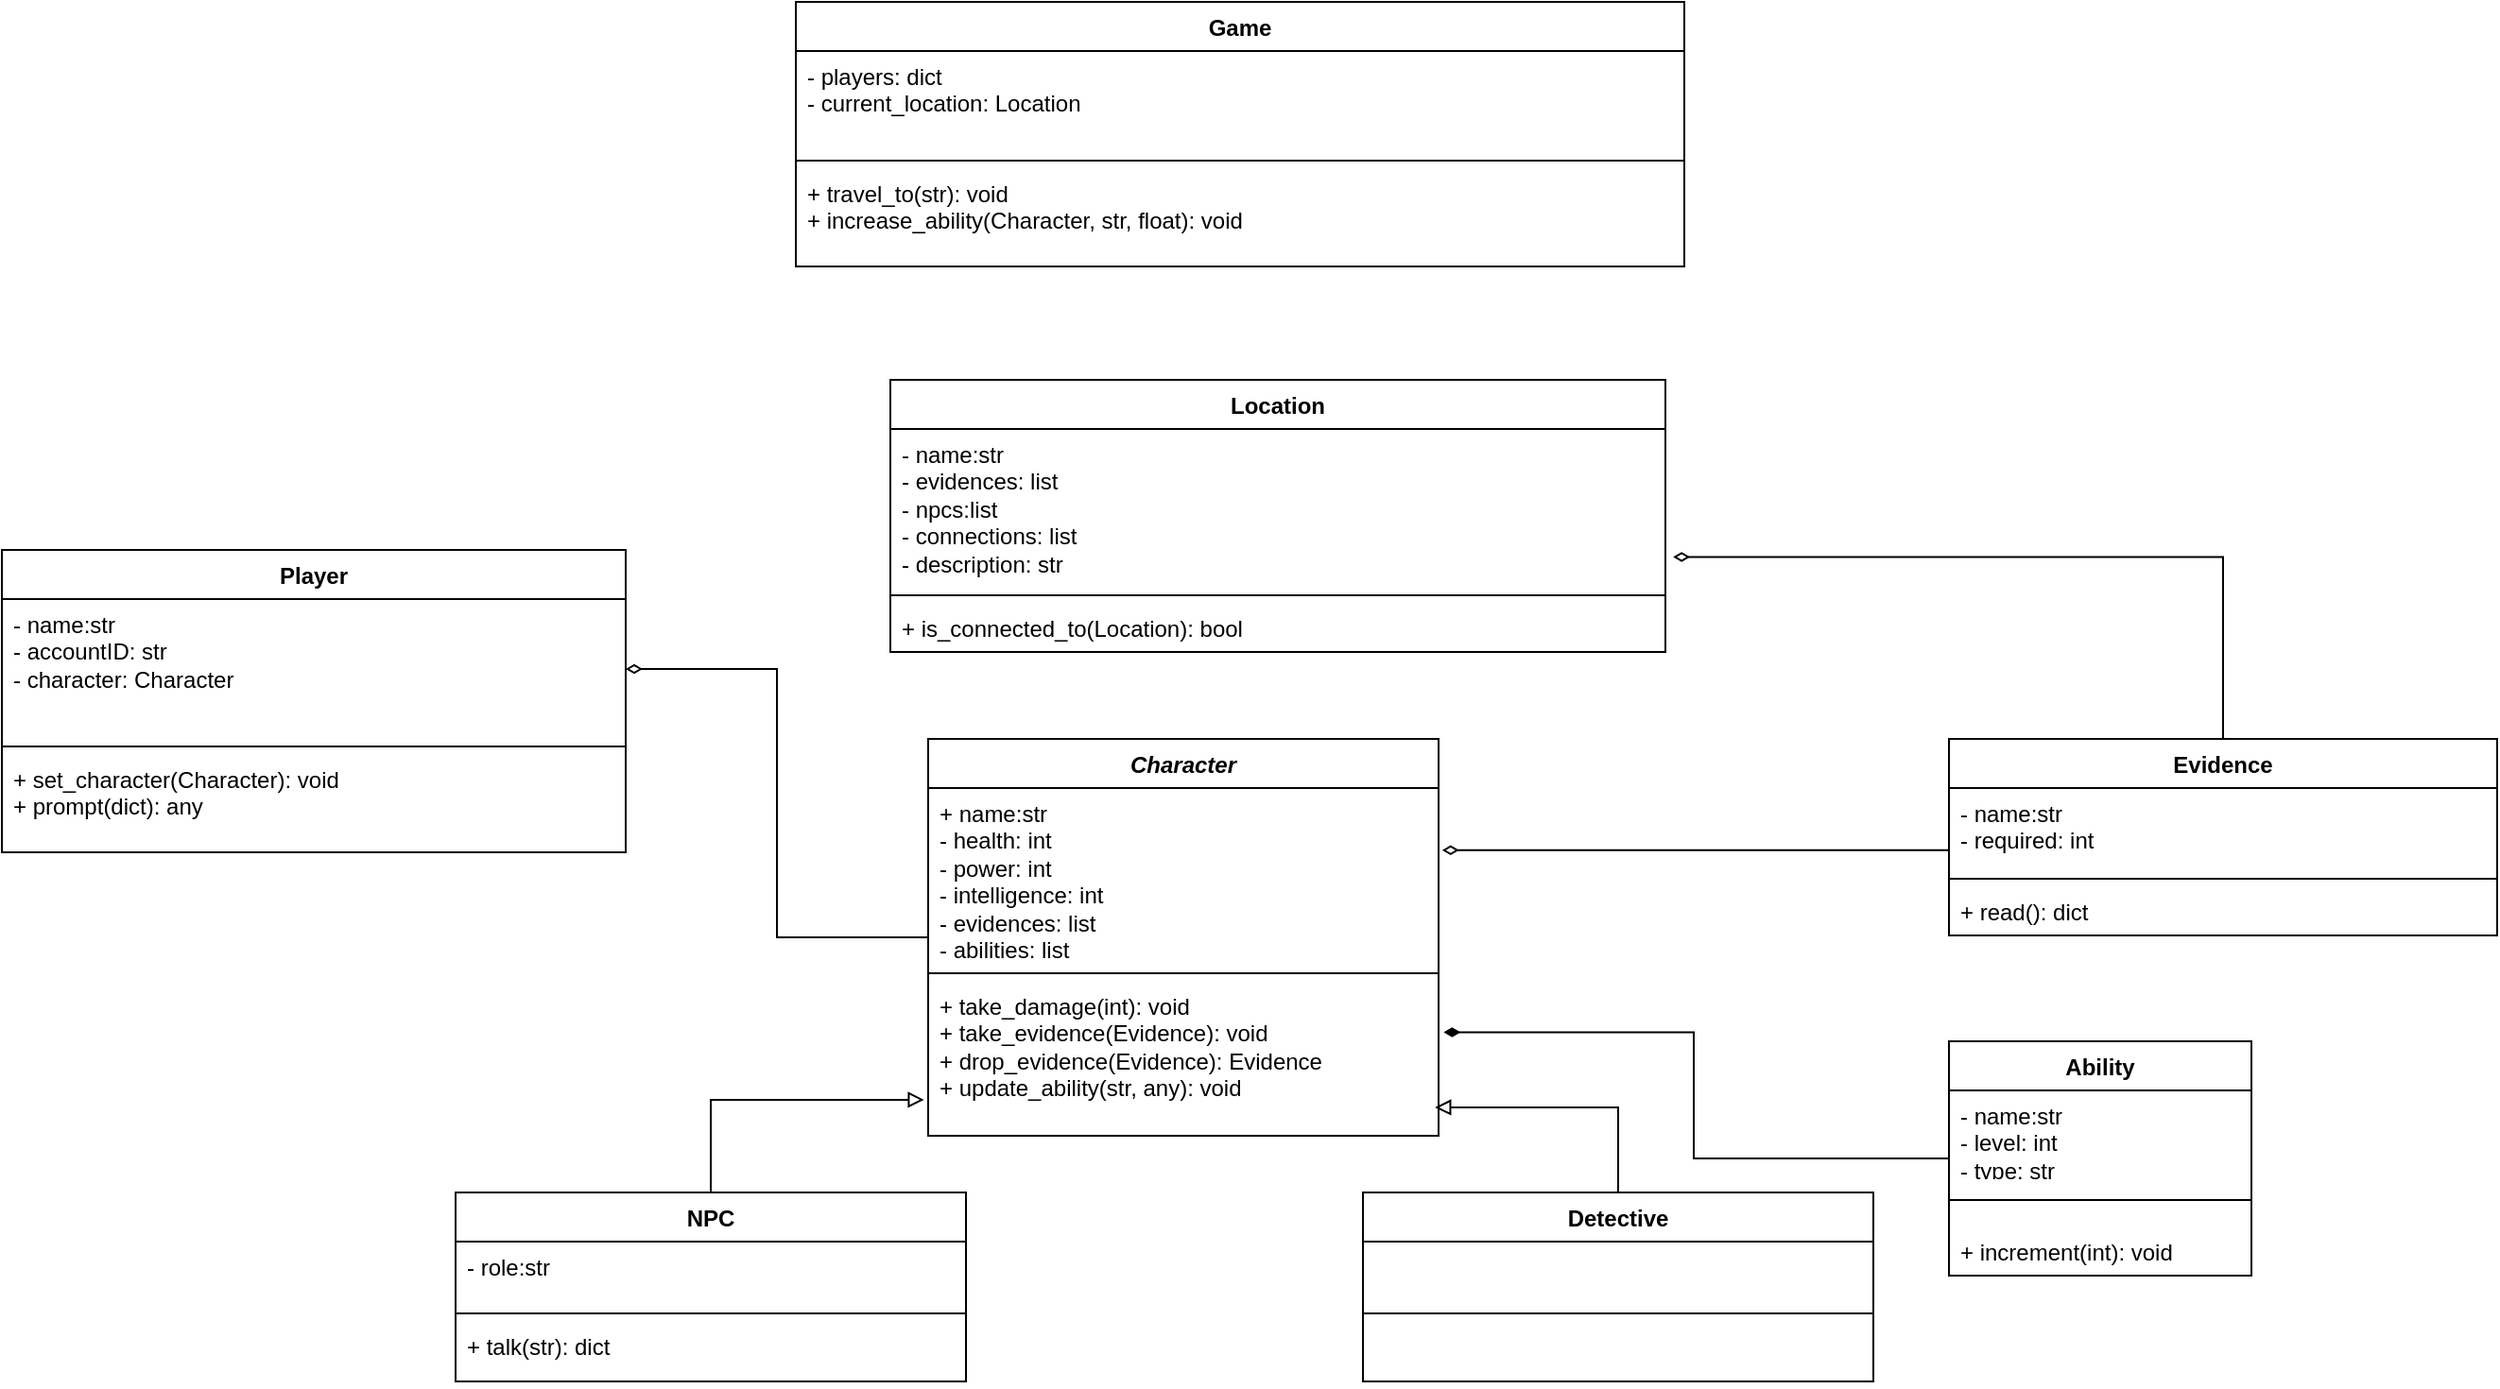
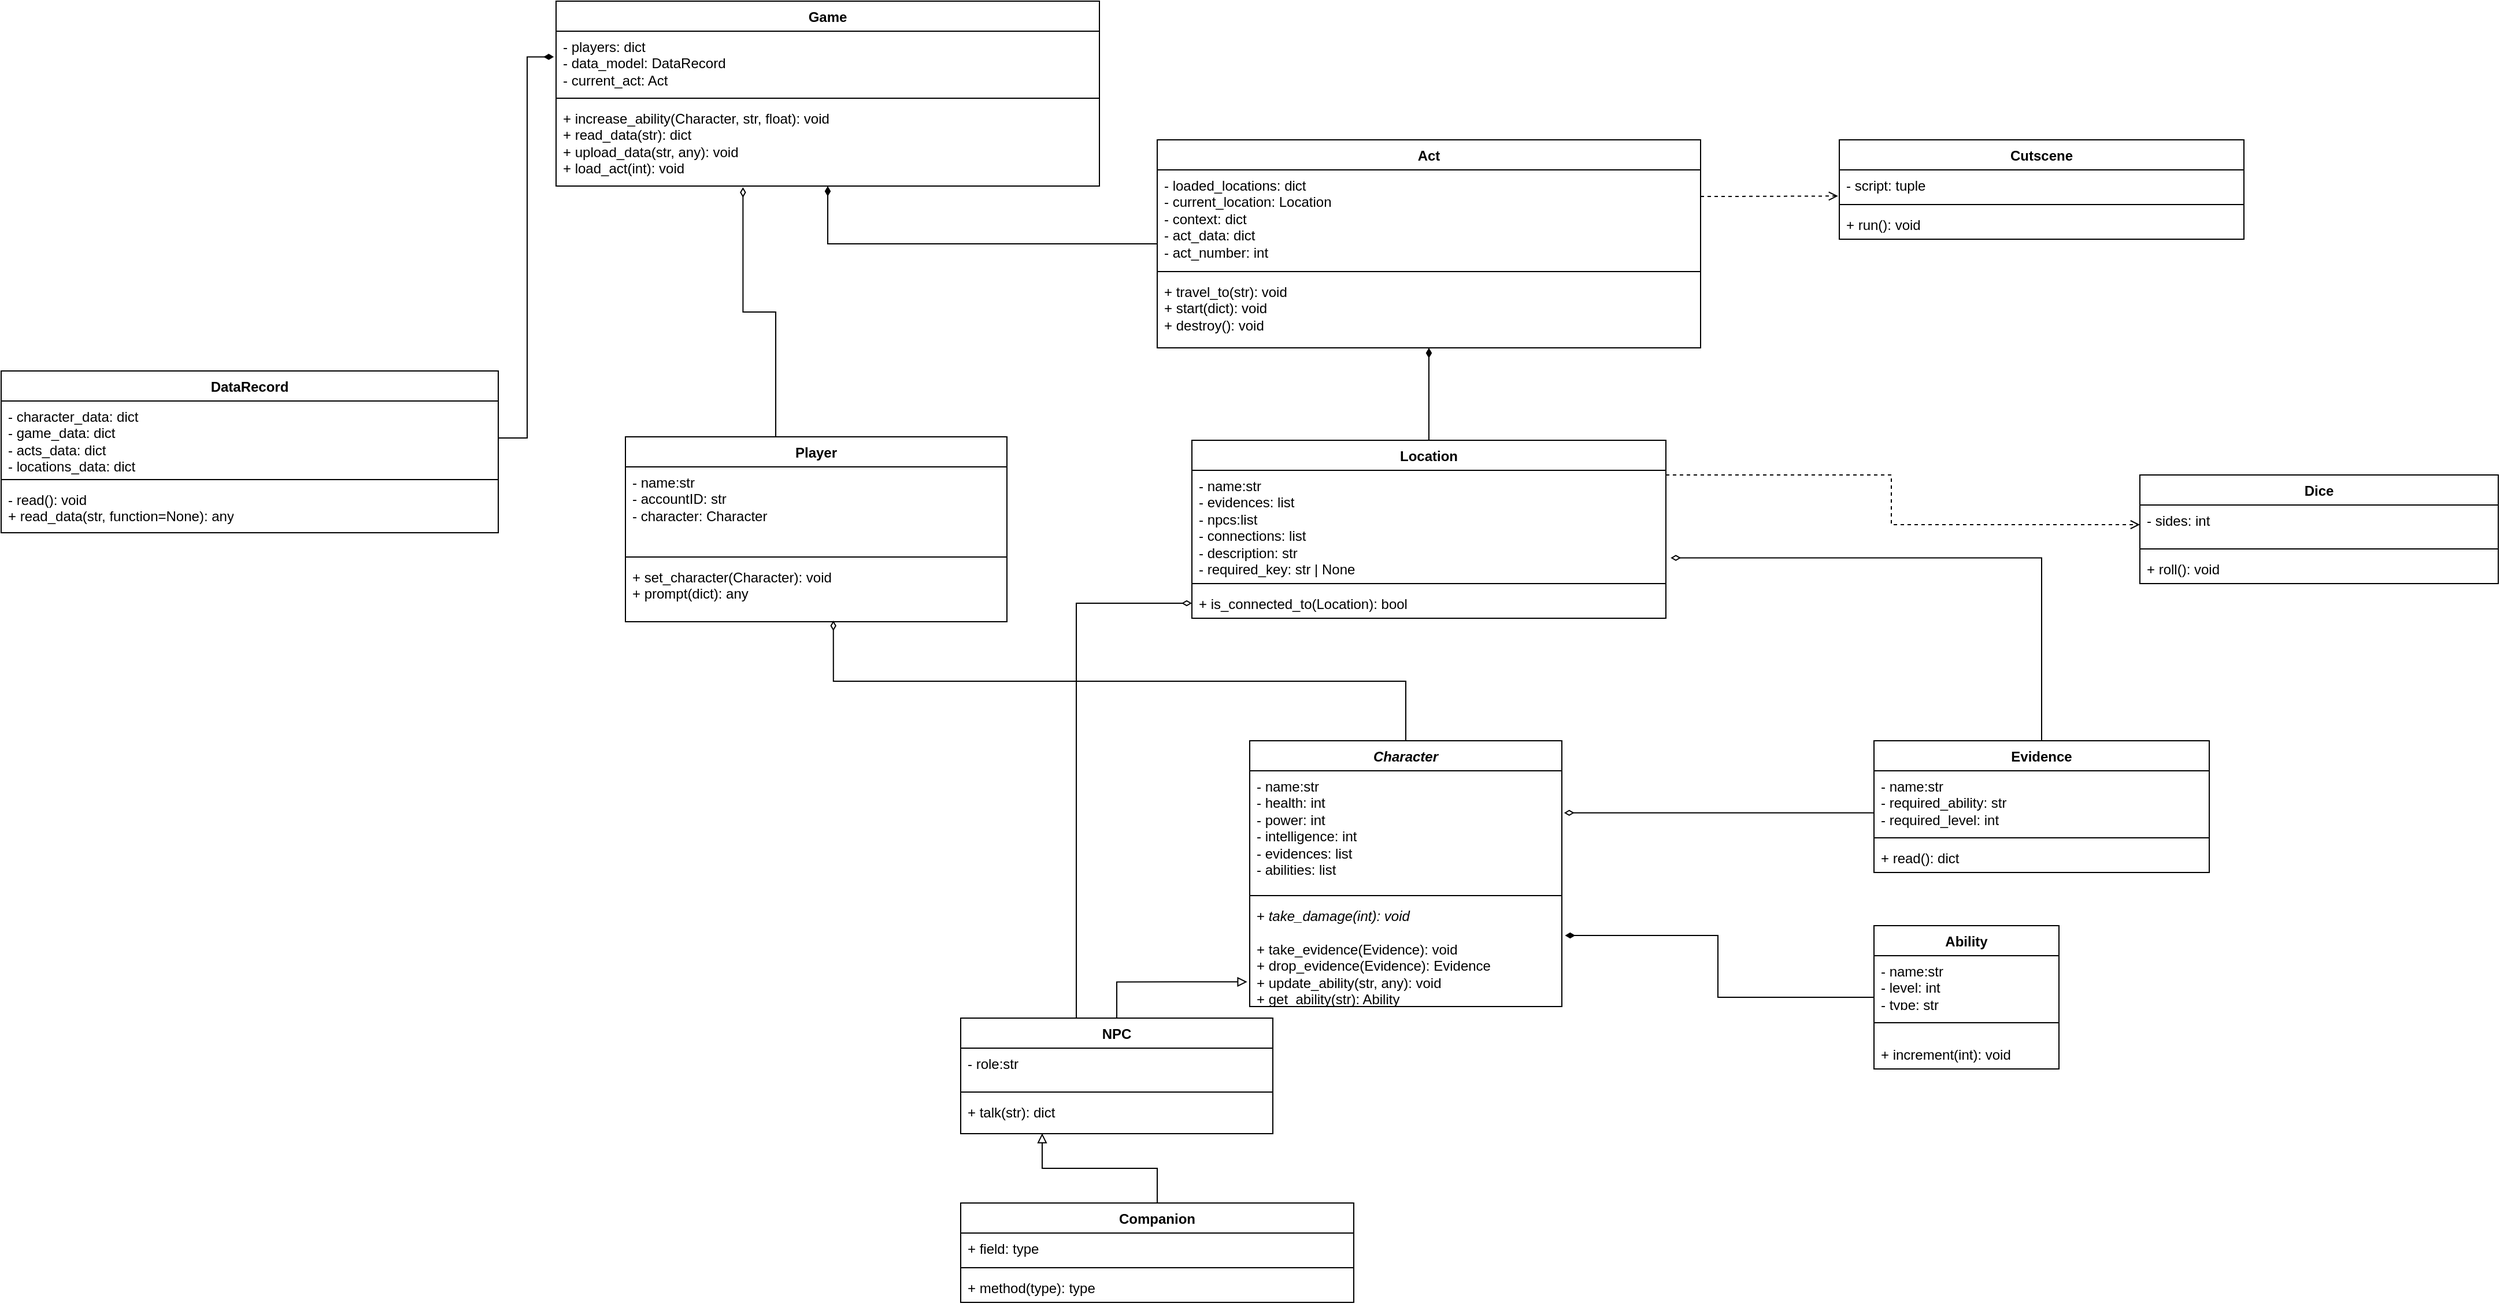
<mxfile host="app.diagrams.net">
  <diagram name="Página-1" id="tApeyOCk-f1YyMXu8I5L">
-     <mxGraphModel dx="1266" dy="991" grid="1" gridSize="10" guides="1" tooltips="1" connect="1" arrows="1" fold="1" page="0" pageScale="1" pageWidth="827" pageHeight="1169" math="0" shadow="0">
+     <mxGraphModel dx="2484" dy="911" grid="1" gridSize="10" guides="1" tooltips="1" connect="1" arrows="1" fold="1" page="0" pageScale="1" pageWidth="827" pageHeight="1169" math="0" shadow="0">
      <root>
        <mxCell id="0" />
        <mxCell id="1" parent="0" />
-         <mxCell id="yl2zhPyuhEz0xKJjxHws-44" edge="1" parent="1" source="yl2zhPyuhEz0xKJjxHws-1" style="edgeStyle=orthogonalEdgeStyle;rounded=0;orthogonalLoop=1;jettySize=auto;html=1;entryX=1;entryY=0.5;entryDx=0;entryDy=0;endArrow=diamondThin;endFill=0;" target="yl2zhPyuhEz0xKJjxHws-37">
-           <mxGeometry relative="1" as="geometry" />
+         <mxCell id="mZv9lbC9-quu7S3nDdSl-6" edge="1" parent="1" source="yl2zhPyuhEz0xKJjxHws-1" style="edgeStyle=orthogonalEdgeStyle;rounded=0;orthogonalLoop=1;jettySize=auto;html=1;entryX=0.545;entryY=0.981;entryDx=0;entryDy=0;entryPerimeter=0;endArrow=diamondThin;endFill=0;" target="yl2zhPyuhEz0xKJjxHws-39">
+           <mxGeometry relative="1" as="geometry">
+             <mxPoint x="-130" y="310" as="targetPoint" />
+           </mxGeometry>
        </mxCell>
        <mxCell id="yl2zhPyuhEz0xKJjxHws-1" parent="1" style="swimlane;fontStyle=1;align=center;verticalAlign=top;childLayout=stackLayout;horizontal=1;startSize=26;horizontalStack=0;resizeParent=1;resizeParentMax=0;resizeLast=0;collapsible=1;marginBottom=0;whiteSpace=wrap;html=1;fillColor=default;" value="&lt;i&gt;Character&lt;/i&gt;" vertex="1">
-           <mxGeometry height="210" width="270" x="230" y="410" as="geometry" />
-         </mxCell>
-         <mxCell id="yl2zhPyuhEz0xKJjxHws-2" parent="yl2zhPyuhEz0xKJjxHws-1" style="text;strokeColor=none;fillColor=none;align=left;verticalAlign=top;spacingLeft=4;spacingRight=4;overflow=hidden;rotatable=0;points=[[0,0.5],[1,0.5]];portConstraint=eastwest;whiteSpace=wrap;html=1;" value="+ name:str&lt;div&gt;- health: int&lt;/div&gt;&lt;div&gt;- power: int&lt;/div&gt;&lt;div&gt;- intelligence: int&lt;/div&gt;&lt;div&gt;- evidences: list&lt;/div&gt;&lt;div&gt;- abilities: list&lt;/div&gt;" vertex="1">
-           <mxGeometry height="94" width="270" y="26" as="geometry" />
+           <mxGeometry height="230" width="270" x="230" y="410" as="geometry" />
+         </mxCell>
+         <mxCell id="yl2zhPyuhEz0xKJjxHws-2" parent="yl2zhPyuhEz0xKJjxHws-1" style="text;strokeColor=none;fillColor=none;align=left;verticalAlign=top;spacingLeft=4;spacingRight=4;overflow=hidden;rotatable=0;points=[[0,0.5],[1,0.5]];portConstraint=eastwest;whiteSpace=wrap;html=1;" value="- name:str&lt;br&gt;&lt;div&gt;- health: int&lt;/div&gt;&lt;div&gt;- power: int&lt;/div&gt;&lt;div&gt;- intelligence: int&lt;/div&gt;&lt;div&gt;- evidences: list&lt;/div&gt;&lt;div&gt;- abilities: list&lt;/div&gt;" vertex="1">
+           <mxGeometry height="104" width="270" y="26" as="geometry" />
        </mxCell>
        <mxCell id="yl2zhPyuhEz0xKJjxHws-3" parent="yl2zhPyuhEz0xKJjxHws-1" style="line;strokeWidth=1;fillColor=none;align=left;verticalAlign=middle;spacingTop=-1;spacingLeft=3;spacingRight=3;rotatable=0;labelPosition=right;points=[];portConstraint=eastwest;strokeColor=inherit;" value="" vertex="1">
-           <mxGeometry height="8" width="270" y="120" as="geometry" />
-         </mxCell>
-         <mxCell id="yl2zhPyuhEz0xKJjxHws-4" parent="yl2zhPyuhEz0xKJjxHws-1" style="text;strokeColor=none;fillColor=none;align=left;verticalAlign=top;spacingLeft=4;spacingRight=4;overflow=hidden;rotatable=0;points=[[0,0.5],[1,0.5]];portConstraint=eastwest;whiteSpace=wrap;html=1;" value="+ take_damage(int): void&lt;div&gt;+ take_evidence(Evidence): void&lt;/div&gt;&lt;div&gt;+ drop_evidence(Evidence): Evidence&lt;/div&gt;&lt;div&gt;+ update_ability(str, any): void&lt;/div&gt;" vertex="1">
-           <mxGeometry height="82" width="270" y="128" as="geometry" />
-         </mxCell>
-         <mxCell id="yl2zhPyuhEz0xKJjxHws-6" parent="1" style="swimlane;fontStyle=1;align=center;verticalAlign=top;childLayout=stackLayout;horizontal=1;startSize=26;horizontalStack=0;resizeParent=1;resizeParentMax=0;resizeLast=0;collapsible=1;marginBottom=0;whiteSpace=wrap;html=1;fillColor=default;" value="Detective" vertex="1">
-           <mxGeometry height="100" width="270" x="460" y="650" as="geometry" />
-         </mxCell>
-         <mxCell id="yl2zhPyuhEz0xKJjxHws-7" parent="yl2zhPyuhEz0xKJjxHws-6" style="text;strokeColor=none;fillColor=none;align=left;verticalAlign=top;spacingLeft=4;spacingRight=4;overflow=hidden;rotatable=0;points=[[0,0.5],[1,0.5]];portConstraint=eastwest;whiteSpace=wrap;html=1;" value="&lt;div&gt;&lt;br&gt;&lt;/div&gt;&lt;div&gt;&lt;br&gt;&lt;/div&gt;" vertex="1">
-           <mxGeometry height="34" width="270" y="26" as="geometry" />
-         </mxCell>
-         <mxCell id="yl2zhPyuhEz0xKJjxHws-8" parent="yl2zhPyuhEz0xKJjxHws-6" style="line;strokeWidth=1;fillColor=none;align=left;verticalAlign=middle;spacingTop=-1;spacingLeft=3;spacingRight=3;rotatable=0;labelPosition=right;points=[];portConstraint=eastwest;strokeColor=inherit;" value="" vertex="1">
-           <mxGeometry height="8" width="270" y="60" as="geometry" />
-         </mxCell>
-         <mxCell id="yl2zhPyuhEz0xKJjxHws-9" parent="yl2zhPyuhEz0xKJjxHws-6" style="text;strokeColor=none;fillColor=none;align=left;verticalAlign=top;spacingLeft=4;spacingRight=4;overflow=hidden;rotatable=0;points=[[0,0.5],[1,0.5]];portConstraint=eastwest;whiteSpace=wrap;html=1;" value="&lt;div&gt;&lt;br&gt;&lt;/div&gt;&lt;div&gt;&lt;br&gt;&lt;/div&gt;" vertex="1">
-           <mxGeometry height="32" width="270" y="68" as="geometry" />
-         </mxCell>
-         <mxCell id="yl2zhPyuhEz0xKJjxHws-10" edge="1" parent="1" source="yl2zhPyuhEz0xKJjxHws-6" style="edgeStyle=orthogonalEdgeStyle;rounded=0;orthogonalLoop=1;jettySize=auto;html=1;entryX=0.993;entryY=0.817;entryDx=0;entryDy=0;entryPerimeter=0;endArrow=block;endFill=0;" target="yl2zhPyuhEz0xKJjxHws-4">
-           <mxGeometry relative="1" as="geometry" />
+           <mxGeometry height="8" width="270" y="130" as="geometry" />
+         </mxCell>
+         <mxCell id="yl2zhPyuhEz0xKJjxHws-4" parent="yl2zhPyuhEz0xKJjxHws-1" style="text;strokeColor=none;fillColor=none;align=left;verticalAlign=top;spacingLeft=4;spacingRight=4;overflow=hidden;rotatable=0;points=[[0,0.5],[1,0.5]];portConstraint=eastwest;whiteSpace=wrap;html=1;" value="+ &lt;i&gt;take_damage(int): void&lt;/i&gt;&lt;div&gt;&lt;i&gt;&lt;br&gt;&lt;/i&gt;&lt;div&gt;+ take_evidence(Evidence): void&lt;/div&gt;&lt;div&gt;+ drop_evidence(Evidence): Evidence&lt;/div&gt;&lt;div&gt;+ update_ability(str, any): void&lt;/div&gt;&lt;div&gt;+ get_ability(str): Ability&lt;/div&gt;&lt;/div&gt;" vertex="1">
+           <mxGeometry height="92" width="270" y="138" as="geometry" />
+         </mxCell>
+         <mxCell id="mZv9lbC9-quu7S3nDdSl-5" edge="1" parent="1" source="yl2zhPyuhEz0xKJjxHws-11" style="edgeStyle=orthogonalEdgeStyle;rounded=0;orthogonalLoop=1;jettySize=auto;html=1;entryX=0;entryY=0.5;entryDx=0;entryDy=0;endArrow=diamondThin;endFill=0;" target="yl2zhPyuhEz0xKJjxHws-27">
+           <mxGeometry relative="1" as="geometry">
+             <Array as="points">
+               <mxPoint x="80" y="291" />
+             </Array>
+           </mxGeometry>
        </mxCell>
        <mxCell id="yl2zhPyuhEz0xKJjxHws-11" parent="1" style="swimlane;fontStyle=1;align=center;verticalAlign=top;childLayout=stackLayout;horizontal=1;startSize=26;horizontalStack=0;resizeParent=1;resizeParentMax=0;resizeLast=0;collapsible=1;marginBottom=0;whiteSpace=wrap;html=1;fillColor=default;" value="NPC" vertex="1">
          <mxGeometry height="100" width="270" x="-20" y="650" as="geometry" />
        </mxCell>
        <mxCell id="yl2zhPyuhEz0xKJjxHws-12" parent="yl2zhPyuhEz0xKJjxHws-11" style="text;strokeColor=none;fillColor=none;align=left;verticalAlign=top;spacingLeft=4;spacingRight=4;overflow=hidden;rotatable=0;points=[[0,0.5],[1,0.5]];portConstraint=eastwest;whiteSpace=wrap;html=1;" value="- role:str" vertex="1">
          <mxGeometry height="34" width="270" y="26" as="geometry" />
        </mxCell>
        <mxCell id="yl2zhPyuhEz0xKJjxHws-13" parent="yl2zhPyuhEz0xKJjxHws-11" style="line;strokeWidth=1;fillColor=none;align=left;verticalAlign=middle;spacingTop=-1;spacingLeft=3;spacingRight=3;rotatable=0;labelPosition=right;points=[];portConstraint=eastwest;strokeColor=inherit;" value="" vertex="1">
          <mxGeometry height="8" width="270" y="60" as="geometry" />
        </mxCell>
        <mxCell id="yl2zhPyuhEz0xKJjxHws-14" parent="yl2zhPyuhEz0xKJjxHws-11" style="text;strokeColor=none;fillColor=none;align=left;verticalAlign=top;spacingLeft=4;spacingRight=4;overflow=hidden;rotatable=0;points=[[0,0.5],[1,0.5]];portConstraint=eastwest;whiteSpace=wrap;html=1;" value="&lt;div&gt;+ talk(str): dict&lt;/div&gt;" vertex="1">
          <mxGeometry height="32" width="270" y="68" as="geometry" />
        </mxCell>
        <mxCell id="yl2zhPyuhEz0xKJjxHws-15" edge="1" parent="1" source="yl2zhPyuhEz0xKJjxHws-11" style="edgeStyle=orthogonalEdgeStyle;rounded=0;orthogonalLoop=1;jettySize=auto;html=1;entryX=-0.008;entryY=0.768;entryDx=0;entryDy=0;entryPerimeter=0;endArrow=block;endFill=0;" target="yl2zhPyuhEz0xKJjxHws-4">
          <mxGeometry relative="1" as="geometry" />
        </mxCell>
        <mxCell id="yl2zhPyuhEz0xKJjxHws-20" parent="1" style="swimlane;fontStyle=1;align=center;verticalAlign=top;childLayout=stackLayout;horizontal=1;startSize=26;horizontalStack=0;resizeParent=1;resizeParentMax=0;resizeLast=0;collapsible=1;marginBottom=0;whiteSpace=wrap;html=1;" value="Evidence" vertex="1">
-           <mxGeometry height="104" width="290" x="770" y="410" as="geometry" />
-         </mxCell>
-         <mxCell id="yl2zhPyuhEz0xKJjxHws-21" parent="yl2zhPyuhEz0xKJjxHws-20" style="text;strokeColor=none;fillColor=none;align=left;verticalAlign=top;spacingLeft=4;spacingRight=4;overflow=hidden;rotatable=0;points=[[0,0.5],[1,0.5]];portConstraint=eastwest;whiteSpace=wrap;html=1;" value="- name:str&lt;div&gt;- required: int&lt;/div&gt;" vertex="1">
-           <mxGeometry height="44" width="290" y="26" as="geometry" />
+           <mxGeometry height="114" width="290" x="770" y="410" as="geometry" />
+         </mxCell>
+         <mxCell id="yl2zhPyuhEz0xKJjxHws-21" parent="yl2zhPyuhEz0xKJjxHws-20" style="text;strokeColor=none;fillColor=none;align=left;verticalAlign=top;spacingLeft=4;spacingRight=4;overflow=hidden;rotatable=0;points=[[0,0.5],[1,0.5]];portConstraint=eastwest;whiteSpace=wrap;html=1;" value="- name:str&lt;div&gt;- required_ability: str&lt;/div&gt;&lt;div&gt;- required_level: int&lt;/div&gt;" vertex="1">
+           <mxGeometry height="54" width="290" y="26" as="geometry" />
        </mxCell>
        <mxCell id="yl2zhPyuhEz0xKJjxHws-22" parent="yl2zhPyuhEz0xKJjxHws-20" style="line;strokeWidth=1;fillColor=none;align=left;verticalAlign=middle;spacingTop=-1;spacingLeft=3;spacingRight=3;rotatable=0;labelPosition=right;points=[];portConstraint=eastwest;strokeColor=inherit;" value="" vertex="1">
-           <mxGeometry height="8" width="290" y="70" as="geometry" />
+           <mxGeometry height="8" width="290" y="80" as="geometry" />
        </mxCell>
        <mxCell id="yl2zhPyuhEz0xKJjxHws-23" parent="yl2zhPyuhEz0xKJjxHws-20" style="text;strokeColor=none;fillColor=none;align=left;verticalAlign=top;spacingLeft=4;spacingRight=4;overflow=hidden;rotatable=0;points=[[0,0.5],[1,0.5]];portConstraint=eastwest;whiteSpace=wrap;html=1;" value="+ read(): dict" vertex="1">
-           <mxGeometry height="26" width="290" y="78" as="geometry" />
+           <mxGeometry height="26" width="290" y="88" as="geometry" />
+         </mxCell>
+         <mxCell id="9BcVr_pX91iZ9RJUuZKi-37" edge="1" parent="1" source="yl2zhPyuhEz0xKJjxHws-24" style="edgeStyle=orthogonalEdgeStyle;rounded=0;orthogonalLoop=1;jettySize=auto;html=1;entryX=0.5;entryY=1;entryDx=0;entryDy=0;endArrow=diamondThin;endFill=1;" target="9BcVr_pX91iZ9RJUuZKi-32">
+           <mxGeometry relative="1" as="geometry">
+             <mxPoint x="385" y="40" as="targetPoint" />
+           </mxGeometry>
        </mxCell>
        <mxCell id="yl2zhPyuhEz0xKJjxHws-24" parent="1" style="swimlane;fontStyle=1;align=center;verticalAlign=top;childLayout=stackLayout;horizontal=1;startSize=26;horizontalStack=0;resizeParent=1;resizeParentMax=0;resizeLast=0;collapsible=1;marginBottom=0;whiteSpace=wrap;html=1;" value="Location" vertex="1">
-           <mxGeometry height="144" width="410" x="210" y="220" as="geometry" />
-         </mxCell>
-         <mxCell id="yl2zhPyuhEz0xKJjxHws-25" parent="yl2zhPyuhEz0xKJjxHws-24" style="text;strokeColor=none;fillColor=none;align=left;verticalAlign=top;spacingLeft=4;spacingRight=4;overflow=hidden;rotatable=0;points=[[0,0.5],[1,0.5]];portConstraint=eastwest;whiteSpace=wrap;html=1;" value="- name:str&lt;div&gt;- evidences: list&lt;/div&gt;&lt;div&gt;- npcs:list&lt;/div&gt;&lt;div&gt;- connections: list&lt;/div&gt;&lt;div&gt;- description: str&lt;/div&gt;" vertex="1">
-           <mxGeometry height="84" width="410" y="26" as="geometry" />
+           <mxGeometry height="154" width="410" x="180" y="150" as="geometry" />
+         </mxCell>
+         <mxCell id="yl2zhPyuhEz0xKJjxHws-25" parent="yl2zhPyuhEz0xKJjxHws-24" style="text;strokeColor=none;fillColor=none;align=left;verticalAlign=top;spacingLeft=4;spacingRight=4;overflow=hidden;rotatable=0;points=[[0,0.5],[1,0.5]];portConstraint=eastwest;whiteSpace=wrap;html=1;" value="- name:str&lt;div&gt;- evidences: list&lt;/div&gt;&lt;div&gt;- npcs:list&lt;/div&gt;&lt;div&gt;- connections: list&lt;/div&gt;&lt;div&gt;- description: str&lt;/div&gt;&lt;div&gt;- required_key: str | None&lt;/div&gt;" vertex="1">
+           <mxGeometry height="94" width="410" y="26" as="geometry" />
        </mxCell>
        <mxCell id="yl2zhPyuhEz0xKJjxHws-26" parent="yl2zhPyuhEz0xKJjxHws-24" style="line;strokeWidth=1;fillColor=none;align=left;verticalAlign=middle;spacingTop=-1;spacingLeft=3;spacingRight=3;rotatable=0;labelPosition=right;points=[];portConstraint=eastwest;strokeColor=inherit;" value="" vertex="1">
-           <mxGeometry height="8" width="410" y="110" as="geometry" />
+           <mxGeometry height="8" width="410" y="120" as="geometry" />
        </mxCell>
        <mxCell id="yl2zhPyuhEz0xKJjxHws-27" parent="yl2zhPyuhEz0xKJjxHws-24" style="text;strokeColor=none;fillColor=none;align=left;verticalAlign=top;spacingLeft=4;spacingRight=4;overflow=hidden;rotatable=0;points=[[0,0.5],[1,0.5]];portConstraint=eastwest;whiteSpace=wrap;html=1;" value="+ is_connected_to(Location): bool" vertex="1">
-           <mxGeometry height="26" width="410" y="118" as="geometry" />
+           <mxGeometry height="26" width="410" y="128" as="geometry" />
        </mxCell>
        <mxCell id="yl2zhPyuhEz0xKJjxHws-28" parent="1" style="swimlane;fontStyle=1;align=center;verticalAlign=top;childLayout=stackLayout;horizontal=1;startSize=26;horizontalStack=0;resizeParent=1;resizeParentMax=0;resizeLast=0;collapsible=1;marginBottom=0;whiteSpace=wrap;html=1;" value="Game" vertex="1">
-           <mxGeometry height="140" width="470" x="160" y="20" as="geometry" />
-         </mxCell>
-         <mxCell id="yl2zhPyuhEz0xKJjxHws-29" parent="yl2zhPyuhEz0xKJjxHws-28" style="text;strokeColor=none;fillColor=none;align=left;verticalAlign=top;spacingLeft=4;spacingRight=4;overflow=hidden;rotatable=0;points=[[0,0.5],[1,0.5]];portConstraint=eastwest;whiteSpace=wrap;html=1;" value="&lt;div&gt;- players: dict&lt;/div&gt;- current_location: Location" vertex="1">
+           <mxGeometry height="160" width="470" x="-370" y="-230" as="geometry" />
+         </mxCell>
+         <mxCell id="yl2zhPyuhEz0xKJjxHws-29" parent="yl2zhPyuhEz0xKJjxHws-28" style="text;strokeColor=none;fillColor=none;align=left;verticalAlign=top;spacingLeft=4;spacingRight=4;overflow=hidden;rotatable=0;points=[[0,0.5],[1,0.5]];portConstraint=eastwest;whiteSpace=wrap;html=1;" value="&lt;div&gt;- players: dict&lt;/div&gt;&lt;div&gt;- data_model: DataRecord&lt;/div&gt;&lt;div&gt;- current_act: Act&lt;/div&gt;" vertex="1">
          <mxGeometry height="54" width="470" y="26" as="geometry" />
        </mxCell>
        <mxCell id="yl2zhPyuhEz0xKJjxHws-30" parent="yl2zhPyuhEz0xKJjxHws-28" style="line;strokeWidth=1;fillColor=none;align=left;verticalAlign=middle;spacingTop=-1;spacingLeft=3;spacingRight=3;rotatable=0;labelPosition=right;points=[];portConstraint=eastwest;strokeColor=inherit;" value="" vertex="1">
          <mxGeometry height="8" width="470" y="80" as="geometry" />
        </mxCell>
-         <mxCell id="yl2zhPyuhEz0xKJjxHws-31" parent="yl2zhPyuhEz0xKJjxHws-28" style="text;strokeColor=none;fillColor=none;align=left;verticalAlign=top;spacingLeft=4;spacingRight=4;overflow=hidden;rotatable=0;points=[[0,0.5],[1,0.5]];portConstraint=eastwest;whiteSpace=wrap;html=1;" value="+ travel_to(str): void&lt;div&gt;+ increase_ability(Character, str, float): void&lt;/div&gt;" vertex="1">
-           <mxGeometry height="52" width="470" y="88" as="geometry" />
+         <mxCell id="yl2zhPyuhEz0xKJjxHws-31" parent="yl2zhPyuhEz0xKJjxHws-28" style="text;strokeColor=none;fillColor=none;align=left;verticalAlign=top;spacingLeft=4;spacingRight=4;overflow=hidden;rotatable=0;points=[[0,0.5],[1,0.5]];portConstraint=eastwest;whiteSpace=wrap;html=1;" value="&lt;div&gt;+ increase_ability(Character, str, float): void&lt;/div&gt;&lt;div&gt;+ read_data(str): dict&lt;/div&gt;&lt;div&gt;+ upload_data(str, any): void&lt;/div&gt;&lt;div&gt;+ load_act(int): void&lt;/div&gt;" vertex="1">
+           <mxGeometry height="72" width="470" y="88" as="geometry" />
+         </mxCell>
+         <mxCell id="9BcVr_pX91iZ9RJUuZKi-27" edge="1" parent="yl2zhPyuhEz0xKJjxHws-28" source="yl2zhPyuhEz0xKJjxHws-29" style="edgeStyle=orthogonalEdgeStyle;rounded=0;orthogonalLoop=1;jettySize=auto;html=1;exitX=1;exitY=0.5;exitDx=0;exitDy=0;" target="yl2zhPyuhEz0xKJjxHws-29">
+           <mxGeometry relative="1" as="geometry" />
        </mxCell>
        <mxCell id="yl2zhPyuhEz0xKJjxHws-32" edge="1" parent="1" source="yl2zhPyuhEz0xKJjxHws-20" style="edgeStyle=orthogonalEdgeStyle;rounded=0;orthogonalLoop=1;jettySize=auto;html=1;entryX=1.01;entryY=0.806;entryDx=0;entryDy=0;entryPerimeter=0;endArrow=diamondThin;endFill=0;" target="yl2zhPyuhEz0xKJjxHws-25">
          <mxGeometry relative="1" as="geometry" />
        </mxCell>
        <mxCell id="yl2zhPyuhEz0xKJjxHws-35" edge="1" parent="1" source="yl2zhPyuhEz0xKJjxHws-20" style="edgeStyle=orthogonalEdgeStyle;rounded=0;orthogonalLoop=1;jettySize=auto;html=1;entryX=1.007;entryY=0.35;entryDx=0;entryDy=0;entryPerimeter=0;endArrow=diamondThin;endFill=0;" target="yl2zhPyuhEz0xKJjxHws-2">
          <mxGeometry relative="1" as="geometry">
            <Array as="points">
-               <mxPoint x="635" y="469" />
-             </Array>
+               <mxPoint x="635" y="472" />
+             </Array>
+           </mxGeometry>
+         </mxCell>
+         <mxCell id="9BcVr_pX91iZ9RJUuZKi-44" edge="1" parent="1" source="yl2zhPyuhEz0xKJjxHws-36" style="edgeStyle=orthogonalEdgeStyle;rounded=0;orthogonalLoop=1;jettySize=auto;html=1;entryX=0.344;entryY=1.014;entryDx=0;entryDy=0;entryPerimeter=0;endArrow=diamondThin;endFill=0;" target="yl2zhPyuhEz0xKJjxHws-31">
+           <mxGeometry relative="1" as="geometry">
+             <Array as="points">
+               <mxPoint x="-180" y="39" />
+               <mxPoint x="-208" y="39" />
+             </Array>
+             <mxPoint x="-210" y="-60" as="targetPoint" />
          </mxGeometry>
        </mxCell>
        <mxCell id="yl2zhPyuhEz0xKJjxHws-36" parent="1" style="swimlane;fontStyle=1;align=center;verticalAlign=top;childLayout=stackLayout;horizontal=1;startSize=26;horizontalStack=0;resizeParent=1;resizeParentMax=0;resizeLast=0;collapsible=1;marginBottom=0;whiteSpace=wrap;html=1;" value="Player" vertex="1">
-           <mxGeometry height="160" width="330" x="-260" y="310" as="geometry" />
+           <mxGeometry height="160" width="330" x="-310" y="147" as="geometry" />
        </mxCell>
        <mxCell id="yl2zhPyuhEz0xKJjxHws-37" parent="yl2zhPyuhEz0xKJjxHws-36" style="text;strokeColor=none;fillColor=none;align=left;verticalAlign=top;spacingLeft=4;spacingRight=4;overflow=hidden;rotatable=0;points=[[0,0.5],[1,0.5]];portConstraint=eastwest;whiteSpace=wrap;html=1;" value="- name:str&lt;div&gt;- accountID: str&lt;/div&gt;&lt;div&gt;- character: Character&lt;/div&gt;" vertex="1">
          <mxGeometry height="74" width="330" y="26" as="geometry" />
        </mxCell>
        <mxCell id="yl2zhPyuhEz0xKJjxHws-38" parent="yl2zhPyuhEz0xKJjxHws-36" style="line;strokeWidth=1;fillColor=none;align=left;verticalAlign=middle;spacingTop=-1;spacingLeft=3;spacingRight=3;rotatable=0;labelPosition=right;points=[];portConstraint=eastwest;strokeColor=inherit;" value="" vertex="1">
          <mxGeometry height="8" width="330" y="100" as="geometry" />
        </mxCell>
        <mxCell id="yl2zhPyuhEz0xKJjxHws-39" parent="yl2zhPyuhEz0xKJjxHws-36" style="text;strokeColor=none;fillColor=none;align=left;verticalAlign=top;spacingLeft=4;spacingRight=4;overflow=hidden;rotatable=0;points=[[0,0.5],[1,0.5]];portConstraint=eastwest;whiteSpace=wrap;html=1;" value="+ set_character(Character): void&lt;br&gt;+ prompt(dict): any" vertex="1">
          <mxGeometry height="52" width="330" y="108" as="geometry" />
        </mxCell>
        <mxCell id="yl2zhPyuhEz0xKJjxHws-45" parent="1" style="swimlane;fontStyle=1;align=center;verticalAlign=top;childLayout=stackLayout;horizontal=1;startSize=26;horizontalStack=0;resizeParent=1;resizeParentMax=0;resizeLast=0;collapsible=1;marginBottom=0;whiteSpace=wrap;html=1;" value="Ability" vertex="1">
          <mxGeometry height="124" width="160" x="770" y="570" as="geometry" />
        </mxCell>
        <mxCell id="yl2zhPyuhEz0xKJjxHws-46" parent="yl2zhPyuhEz0xKJjxHws-45" style="text;strokeColor=none;fillColor=none;align=left;verticalAlign=top;spacingLeft=4;spacingRight=4;overflow=hidden;rotatable=0;points=[[0,0.5],[1,0.5]];portConstraint=eastwest;whiteSpace=wrap;html=1;" value="- name:str&lt;div&gt;- level: int&lt;/div&gt;&lt;div&gt;- type: str&lt;/div&gt;" vertex="1">
          <mxGeometry height="44" width="160" y="26" as="geometry" />
        </mxCell>
        <mxCell id="yl2zhPyuhEz0xKJjxHws-47" parent="yl2zhPyuhEz0xKJjxHws-45" style="line;strokeWidth=1;fillColor=none;align=left;verticalAlign=middle;spacingTop=-1;spacingLeft=3;spacingRight=3;rotatable=0;labelPosition=right;points=[];portConstraint=eastwest;strokeColor=inherit;" value="" vertex="1">
          <mxGeometry height="28" width="160" y="70" as="geometry" />
        </mxCell>
        <mxCell id="yl2zhPyuhEz0xKJjxHws-48" parent="yl2zhPyuhEz0xKJjxHws-45" style="text;strokeColor=none;fillColor=none;align=left;verticalAlign=top;spacingLeft=4;spacingRight=4;overflow=hidden;rotatable=0;points=[[0,0.5],[1,0.5]];portConstraint=eastwest;whiteSpace=wrap;html=1;" value="+ increment(int): void" vertex="1">
          <mxGeometry height="26" width="160" y="98" as="geometry" />
        </mxCell>
        <mxCell id="yl2zhPyuhEz0xKJjxHws-49" edge="1" parent="1" source="yl2zhPyuhEz0xKJjxHws-45" style="edgeStyle=orthogonalEdgeStyle;rounded=0;orthogonalLoop=1;jettySize=auto;html=1;entryX=1.01;entryY=0.332;entryDx=0;entryDy=0;entryPerimeter=0;endArrow=diamondThin;endFill=1;" target="yl2zhPyuhEz0xKJjxHws-4">
+           <mxGeometry relative="1" as="geometry" />
+         </mxCell>
+         <mxCell id="9BcVr_pX91iZ9RJUuZKi-5" edge="1" parent="1" source="9BcVr_pX91iZ9RJUuZKi-1" style="edgeStyle=orthogonalEdgeStyle;rounded=0;orthogonalLoop=1;jettySize=auto;html=1;entryX=0.261;entryY=0.991;entryDx=0;entryDy=0;entryPerimeter=0;endArrow=block;endFill=0;" target="yl2zhPyuhEz0xKJjxHws-14">
+           <mxGeometry relative="1" as="geometry">
+             <mxPoint x="50" y="790" as="targetPoint" />
+           </mxGeometry>
+         </mxCell>
+         <mxCell id="9BcVr_pX91iZ9RJUuZKi-1" parent="1" style="swimlane;fontStyle=1;align=center;verticalAlign=top;childLayout=stackLayout;horizontal=1;startSize=26;horizontalStack=0;resizeParent=1;resizeParentMax=0;resizeLast=0;collapsible=1;marginBottom=0;whiteSpace=wrap;html=1;" value="Companion" vertex="1">
+           <mxGeometry height="86" width="340" x="-20" y="810" as="geometry" />
+         </mxCell>
+         <mxCell id="9BcVr_pX91iZ9RJUuZKi-2" parent="9BcVr_pX91iZ9RJUuZKi-1" style="text;strokeColor=none;fillColor=none;align=left;verticalAlign=top;spacingLeft=4;spacingRight=4;overflow=hidden;rotatable=0;points=[[0,0.5],[1,0.5]];portConstraint=eastwest;whiteSpace=wrap;html=1;" value="+ field: type" vertex="1">
+           <mxGeometry height="26" width="340" y="26" as="geometry" />
+         </mxCell>
+         <mxCell id="9BcVr_pX91iZ9RJUuZKi-3" parent="9BcVr_pX91iZ9RJUuZKi-1" style="line;strokeWidth=1;fillColor=none;align=left;verticalAlign=middle;spacingTop=-1;spacingLeft=3;spacingRight=3;rotatable=0;labelPosition=right;points=[];portConstraint=eastwest;strokeColor=inherit;" value="" vertex="1">
+           <mxGeometry height="8" width="340" y="52" as="geometry" />
+         </mxCell>
+         <mxCell id="9BcVr_pX91iZ9RJUuZKi-4" parent="9BcVr_pX91iZ9RJUuZKi-1" style="text;strokeColor=none;fillColor=none;align=left;verticalAlign=top;spacingLeft=4;spacingRight=4;overflow=hidden;rotatable=0;points=[[0,0.5],[1,0.5]];portConstraint=eastwest;whiteSpace=wrap;html=1;" value="+ method(type): type" vertex="1">
+           <mxGeometry height="26" width="340" y="60" as="geometry" />
+         </mxCell>
+         <mxCell id="9BcVr_pX91iZ9RJUuZKi-6" parent="1" style="swimlane;fontStyle=1;align=center;verticalAlign=top;childLayout=stackLayout;horizontal=1;startSize=26;horizontalStack=0;resizeParent=1;resizeParentMax=0;resizeLast=0;collapsible=1;marginBottom=0;whiteSpace=wrap;html=1;" value="Dice" vertex="1">
+           <mxGeometry height="94" width="310" x="1000" y="180" as="geometry" />
+         </mxCell>
+         <mxCell id="9BcVr_pX91iZ9RJUuZKi-7" parent="9BcVr_pX91iZ9RJUuZKi-6" style="text;strokeColor=none;fillColor=none;align=left;verticalAlign=top;spacingLeft=4;spacingRight=4;overflow=hidden;rotatable=0;points=[[0,0.5],[1,0.5]];portConstraint=eastwest;whiteSpace=wrap;html=1;" value="- sides: int" vertex="1">
+           <mxGeometry height="34" width="310" y="26" as="geometry" />
+         </mxCell>
+         <mxCell id="9BcVr_pX91iZ9RJUuZKi-8" parent="9BcVr_pX91iZ9RJUuZKi-6" style="line;strokeWidth=1;fillColor=none;align=left;verticalAlign=middle;spacingTop=-1;spacingLeft=3;spacingRight=3;rotatable=0;labelPosition=right;points=[];portConstraint=eastwest;strokeColor=inherit;" value="" vertex="1">
+           <mxGeometry height="8" width="310" y="60" as="geometry" />
+         </mxCell>
+         <mxCell id="9BcVr_pX91iZ9RJUuZKi-9" parent="9BcVr_pX91iZ9RJUuZKi-6" style="text;strokeColor=none;fillColor=none;align=left;verticalAlign=top;spacingLeft=4;spacingRight=4;overflow=hidden;rotatable=0;points=[[0,0.5],[1,0.5]];portConstraint=eastwest;whiteSpace=wrap;html=1;" value="+ roll(): void" vertex="1">
+           <mxGeometry height="26" width="310" y="68" as="geometry" />
+         </mxCell>
+         <mxCell id="9BcVr_pX91iZ9RJUuZKi-12" edge="1" parent="1" source="yl2zhPyuhEz0xKJjxHws-25" style="edgeStyle=orthogonalEdgeStyle;rounded=0;orthogonalLoop=1;jettySize=auto;html=1;entryX=0;entryY=0.5;entryDx=0;entryDy=0;endArrow=open;endFill=0;dashed=1;" target="9BcVr_pX91iZ9RJUuZKi-7">
+           <mxGeometry relative="1" as="geometry">
+             <Array as="points">
+               <mxPoint x="785" y="180" />
+               <mxPoint x="785" y="223" />
+             </Array>
+           </mxGeometry>
+         </mxCell>
+         <mxCell id="9BcVr_pX91iZ9RJUuZKi-14" parent="1" style="swimlane;fontStyle=1;align=center;verticalAlign=top;childLayout=stackLayout;horizontal=1;startSize=26;horizontalStack=0;resizeParent=1;resizeParentMax=0;resizeLast=0;collapsible=1;marginBottom=0;whiteSpace=wrap;html=1;" value="DataRecord" vertex="1">
+           <mxGeometry height="140" width="430" x="-850" y="90" as="geometry" />
+         </mxCell>
+         <mxCell id="9BcVr_pX91iZ9RJUuZKi-15" parent="9BcVr_pX91iZ9RJUuZKi-14" style="text;strokeColor=none;fillColor=none;align=left;verticalAlign=top;spacingLeft=4;spacingRight=4;overflow=hidden;rotatable=0;points=[[0,0.5],[1,0.5]];portConstraint=eastwest;whiteSpace=wrap;html=1;" value="- character_data: dict&lt;div&gt;- game_data: dict&lt;/div&gt;&lt;div&gt;- acts_data: dict&lt;/div&gt;&lt;div&gt;- locations_data: dict&lt;/div&gt;" vertex="1">
+           <mxGeometry height="64" width="430" y="26" as="geometry" />
+         </mxCell>
+         <mxCell id="9BcVr_pX91iZ9RJUuZKi-16" parent="9BcVr_pX91iZ9RJUuZKi-14" style="line;strokeWidth=1;fillColor=none;align=left;verticalAlign=middle;spacingTop=-1;spacingLeft=3;spacingRight=3;rotatable=0;labelPosition=right;points=[];portConstraint=eastwest;strokeColor=inherit;" value="" vertex="1">
+           <mxGeometry height="8" width="430" y="90" as="geometry" />
+         </mxCell>
+         <mxCell id="9BcVr_pX91iZ9RJUuZKi-17" parent="9BcVr_pX91iZ9RJUuZKi-14" style="text;strokeColor=none;fillColor=none;align=left;verticalAlign=top;spacingLeft=4;spacingRight=4;overflow=hidden;rotatable=0;points=[[0,0.5],[1,0.5]];portConstraint=eastwest;whiteSpace=wrap;html=1;" value="- read(): void&lt;div&gt;+ read_data(str, function=None): any&lt;/div&gt;" vertex="1">
+           <mxGeometry height="42" width="430" y="98" as="geometry" />
+         </mxCell>
+         <mxCell id="9BcVr_pX91iZ9RJUuZKi-20" edge="1" parent="1" source="9BcVr_pX91iZ9RJUuZKi-15" style="edgeStyle=orthogonalEdgeStyle;rounded=0;orthogonalLoop=1;jettySize=auto;html=1;entryX=-0.004;entryY=0.411;entryDx=0;entryDy=0;entryPerimeter=0;endArrow=diamondThin;endFill=1;" target="yl2zhPyuhEz0xKJjxHws-29">
+           <mxGeometry relative="1" as="geometry" />
+         </mxCell>
+         <mxCell id="9BcVr_pX91iZ9RJUuZKi-21" parent="1" style="swimlane;fontStyle=1;align=center;verticalAlign=top;childLayout=stackLayout;horizontal=1;startSize=26;horizontalStack=0;resizeParent=1;resizeParentMax=0;resizeLast=0;collapsible=1;marginBottom=0;whiteSpace=wrap;html=1;" value="Cutscene" vertex="1">
+           <mxGeometry height="86" width="350" x="740" y="-110" as="geometry" />
+         </mxCell>
+         <mxCell id="9BcVr_pX91iZ9RJUuZKi-22" parent="9BcVr_pX91iZ9RJUuZKi-21" style="text;strokeColor=none;fillColor=none;align=left;verticalAlign=top;spacingLeft=4;spacingRight=4;overflow=hidden;rotatable=0;points=[[0,0.5],[1,0.5]];portConstraint=eastwest;whiteSpace=wrap;html=1;" value="- script: tuple" vertex="1">
+           <mxGeometry height="26" width="350" y="26" as="geometry" />
+         </mxCell>
+         <mxCell id="9BcVr_pX91iZ9RJUuZKi-23" parent="9BcVr_pX91iZ9RJUuZKi-21" style="line;strokeWidth=1;fillColor=none;align=left;verticalAlign=middle;spacingTop=-1;spacingLeft=3;spacingRight=3;rotatable=0;labelPosition=right;points=[];portConstraint=eastwest;strokeColor=inherit;" value="" vertex="1">
+           <mxGeometry height="8" width="350" y="52" as="geometry" />
+         </mxCell>
+         <mxCell id="9BcVr_pX91iZ9RJUuZKi-24" parent="9BcVr_pX91iZ9RJUuZKi-21" style="text;strokeColor=none;fillColor=none;align=left;verticalAlign=top;spacingLeft=4;spacingRight=4;overflow=hidden;rotatable=0;points=[[0,0.5],[1,0.5]];portConstraint=eastwest;whiteSpace=wrap;html=1;" value="+ run(): void" vertex="1">
+           <mxGeometry height="26" width="350" y="60" as="geometry" />
+         </mxCell>
+         <mxCell id="9BcVr_pX91iZ9RJUuZKi-32" parent="1" style="swimlane;fontStyle=1;align=center;verticalAlign=top;childLayout=stackLayout;horizontal=1;startSize=26;horizontalStack=0;resizeParent=1;resizeParentMax=0;resizeLast=0;collapsible=1;marginBottom=0;whiteSpace=wrap;html=1;" value="Act" vertex="1">
+           <mxGeometry height="180" width="470" x="150" y="-110" as="geometry" />
+         </mxCell>
+         <mxCell id="9BcVr_pX91iZ9RJUuZKi-33" parent="9BcVr_pX91iZ9RJUuZKi-32" style="text;strokeColor=none;fillColor=none;align=left;verticalAlign=top;spacingLeft=4;spacingRight=4;overflow=hidden;rotatable=0;points=[[0,0.5],[1,0.5]];portConstraint=eastwest;whiteSpace=wrap;html=1;" value="&lt;div&gt;- loaded_locations: dict&lt;/div&gt;&lt;div&gt;- current_location: Location&lt;/div&gt;&lt;div&gt;- context: dict&lt;/div&gt;&lt;div&gt;- act_data: dict&lt;/div&gt;&lt;div&gt;- act_number: int&lt;/div&gt;&lt;div&gt;&lt;br&gt;&lt;/div&gt;" vertex="1">
+           <mxGeometry height="84" width="470" y="26" as="geometry" />
+         </mxCell>
+         <mxCell id="9BcVr_pX91iZ9RJUuZKi-34" parent="9BcVr_pX91iZ9RJUuZKi-32" style="line;strokeWidth=1;fillColor=none;align=left;verticalAlign=middle;spacingTop=-1;spacingLeft=3;spacingRight=3;rotatable=0;labelPosition=right;points=[];portConstraint=eastwest;strokeColor=inherit;" value="" vertex="1">
+           <mxGeometry height="8" width="470" y="110" as="geometry" />
+         </mxCell>
+         <mxCell id="9BcVr_pX91iZ9RJUuZKi-35" parent="9BcVr_pX91iZ9RJUuZKi-32" style="text;strokeColor=none;fillColor=none;align=left;verticalAlign=top;spacingLeft=4;spacingRight=4;overflow=hidden;rotatable=0;points=[[0,0.5],[1,0.5]];portConstraint=eastwest;whiteSpace=wrap;html=1;" value="+ travel_to(str): void&lt;div&gt;+ start(dict): void&lt;/div&gt;&lt;div&gt;+ destroy(): void&lt;/div&gt;" vertex="1">
+           <mxGeometry height="62" width="470" y="118" as="geometry" />
+         </mxCell>
+         <mxCell id="9BcVr_pX91iZ9RJUuZKi-36" edge="1" parent="1" source="9BcVr_pX91iZ9RJUuZKi-33" style="edgeStyle=orthogonalEdgeStyle;rounded=0;orthogonalLoop=1;jettySize=auto;html=1;entryX=-0.003;entryY=0.871;entryDx=0;entryDy=0;entryPerimeter=0;dashed=1;endArrow=open;endFill=0;" target="9BcVr_pX91iZ9RJUuZKi-22">
+           <mxGeometry relative="1" as="geometry">
+             <Array as="points">
+               <mxPoint x="640" y="-61" />
+               <mxPoint x="640" y="-61" />
+             </Array>
+           </mxGeometry>
+         </mxCell>
+         <mxCell id="9BcVr_pX91iZ9RJUuZKi-38" edge="1" parent="1" source="9BcVr_pX91iZ9RJUuZKi-32" style="edgeStyle=orthogonalEdgeStyle;rounded=0;orthogonalLoop=1;jettySize=auto;html=1;entryX=0.5;entryY=1;entryDx=0;entryDy=0;entryPerimeter=0;endArrow=diamondThin;endFill=1;" target="yl2zhPyuhEz0xKJjxHws-31">
          <mxGeometry relative="1" as="geometry" />
        </mxCell>
      </root>
    </mxGraphModel>
  </diagram>
</mxfile>
